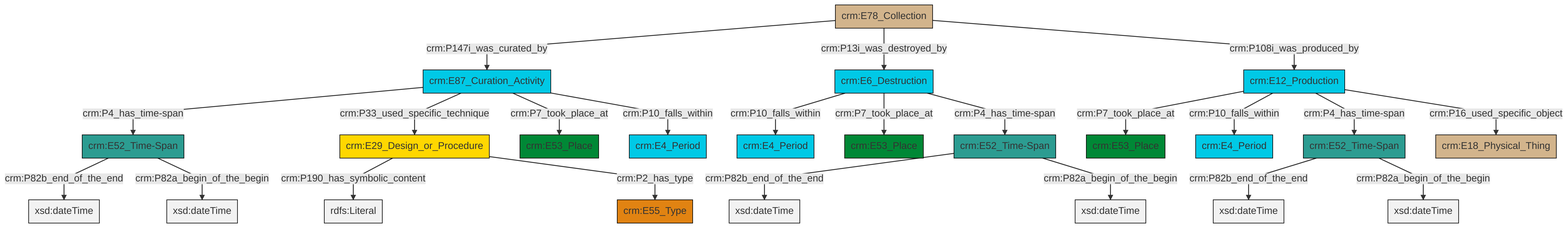
Before: et/archivalCSV/ttl/mmd/png/archival_existence.png, a diagram exported from Mermaid (swiss-art-research-net/docs.swissartresearch). Its source is kept beside it as et/archivalCSV/ttl/mmd/archival_existence.ttl.mmd.
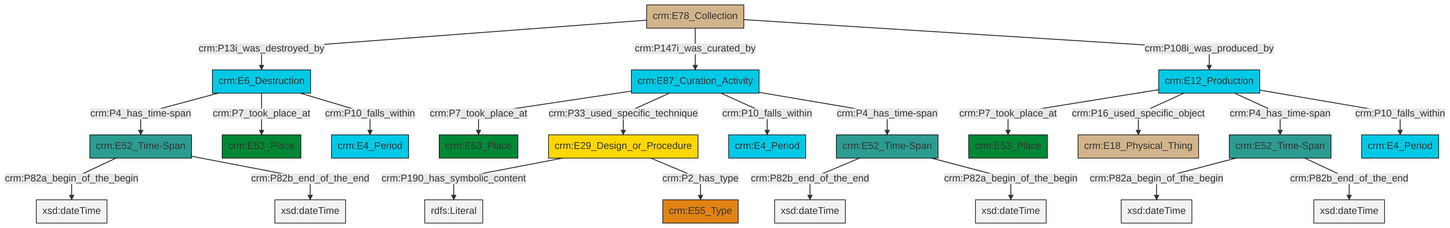
After the change.

Diff of the diagram source:
```diff
@@ -13,25 +13,25 @@
 classDef PC_Classes fill:#4ce600, stroke:#000000;
 classDef Multi fill:#cccccc,stroke:#000000;
 
-0["crm:E12_Production"]:::Temporal_Entity -->|crm:P7_took_place_at| 1["crm:E53_Place"]:::Place
-2["crm:E29_Design_or_Procedure"]:::Conceptual_Object -->|crm:P190_has_symbolic_content| 4[rdfs:Literal]:::Literal
-5["crm:E6_Destruction"]:::Temporal_Entity -->|crm:P10_falls_within| 7["crm:E4_Period"]:::Temporal_Entity
-14["crm:E78_Collection"]:::Physical_Thing -->|crm:P147i_was_curated_by| 15["crm:E87_Curation_Activity"]:::Temporal_Entity
-18["crm:E52_Time-Span"]:::Time-Span -->|crm:P82b_end_of_the_end| 19[xsd:dateTime]:::Literal
-0["crm:E12_Production"]:::Temporal_Entity -->|crm:P10_falls_within| 20["crm:E4_Period"]:::Temporal_Entity
-0["crm:E12_Production"]:::Temporal_Entity -->|crm:P4_has_time-span| 10["crm:E52_Time-Span"]:::Time-Span
-14["crm:E78_Collection"]:::Physical_Thing -->|crm:P13i_was_destroyed_by| 5["crm:E6_Destruction"]:::Temporal_Entity
-5["crm:E6_Destruction"]:::Temporal_Entity -->|crm:P7_took_place_at| 21["crm:E53_Place"]:::Place
-18["crm:E52_Time-Span"]:::Time-Span -->|crm:P82a_begin_of_the_begin| 22[xsd:dateTime]:::Literal
-5["crm:E6_Destruction"]:::Temporal_Entity -->|crm:P4_has_time-span| 8["crm:E52_Time-Span"]:::Time-Span
-8["crm:E52_Time-Span"]:::Time-Span -->|crm:P82b_end_of_the_end| 26[xsd:dateTime]:::Literal
-14["crm:E78_Collection"]:::Physical_Thing -->|crm:P108i_was_produced_by| 0["crm:E12_Production"]:::Temporal_Entity
-8["crm:E52_Time-Span"]:::Time-Span -->|crm:P82a_begin_of_the_begin| 30[xsd:dateTime]:::Literal
-10["crm:E52_Time-Span"]:::Time-Span -->|crm:P82b_end_of_the_end| 34[xsd:dateTime]:::Literal
-15["crm:E87_Curation_Activity"]:::Temporal_Entity -->|crm:P4_has_time-span| 18["crm:E52_Time-Span"]:::Time-Span
-15["crm:E87_Curation_Activity"]:::Temporal_Entity -->|crm:P33_used_specific_technique| 2["crm:E29_Design_or_Procedure"]:::Conceptual_Object
-15["crm:E87_Curation_Activity"]:::Temporal_Entity -->|crm:P7_took_place_at| 32["crm:E53_Place"]:::Place
-2["crm:E29_Design_or_Procedure"]:::Conceptual_Object -->|crm:P2_has_type| 27["crm:E55_Type"]:::Type
-10["crm:E52_Time-Span"]:::Time-Span -->|crm:P82a_begin_of_the_begin| 36[xsd:dateTime]:::Literal
-15["crm:E87_Curation_Activity"]:::Temporal_Entity -->|crm:P10_falls_within| 12["crm:E4_Period"]:::Temporal_Entity
-0["crm:E12_Production"]:::Temporal_Entity -->|crm:P16_used_specific_object| 23["crm:E18_Physical_Thing"]:::Physical_Thing
+0["crm:E29_Design_or_Procedure"]:::Conceptual_Object -->|crm:P190_has_symbolic_content| 1[rdfs:Literal]:::Literal
+2["crm:E12_Production"]:::Temporal_Entity -->|crm:P7_took_place_at| 4["crm:E53_Place"]:::Place
+9["crm:E52_Time-Span"]:::Time-Span -->|crm:P82a_begin_of_the_begin| 10[xsd:dateTime]:::Literal
+2["crm:E12_Production"]:::Temporal_Entity -->|crm:P16_used_specific_object| 11["crm:E18_Physical_Thing"]:::Physical_Thing
+12["crm:E87_Curation_Activity"]:::Temporal_Entity -->|crm:P7_took_place_at| 13["crm:E53_Place"]:::Place
+12["crm:E87_Curation_Activity"]:::Temporal_Entity -->|crm:P33_used_specific_technique| 0["crm:E29_Design_or_Procedure"]:::Conceptual_Object
+2["crm:E12_Production"]:::Temporal_Entity -->|crm:P4_has_time-span| 9["crm:E52_Time-Span"]:::Time-Span
+14["crm:E52_Time-Span"]:::Time-Span -->|crm:P82a_begin_of_the_begin| 15[xsd:dateTime]:::Literal
+7["crm:E6_Destruction"]:::Temporal_Entity -->|crm:P4_has_time-span| 14["crm:E52_Time-Span"]:::Time-Span
+12["crm:E87_Curation_Activity"]:::Temporal_Entity -->|crm:P10_falls_within| 18["crm:E4_Period"]:::Temporal_Entity
+14["crm:E52_Time-Span"]:::Time-Span -->|crm:P82b_end_of_the_end| 19[xsd:dateTime]:::Literal
+12["crm:E87_Curation_Activity"]:::Temporal_Entity -->|crm:P4_has_time-span| 24["crm:E52_Time-Span"]:::Time-Span
+7["crm:E6_Destruction"]:::Temporal_Entity -->|crm:P7_took_place_at| 29["crm:E53_Place"]:::Place
+9["crm:E52_Time-Span"]:::Time-Span -->|crm:P82b_end_of_the_end| 31[xsd:dateTime]:::Literal
+2["crm:E12_Production"]:::Temporal_Entity -->|crm:P10_falls_within| 5["crm:E4_Period"]:::Temporal_Entity
+24["crm:E52_Time-Span"]:::Time-Span -->|crm:P82b_end_of_the_end| 33[xsd:dateTime]:::Literal
+24["crm:E52_Time-Span"]:::Time-Span -->|crm:P82a_begin_of_the_begin| 34[xsd:dateTime]:::Literal
+7["crm:E6_Destruction"]:::Temporal_Entity -->|crm:P10_falls_within| 20["crm:E4_Period"]:::Temporal_Entity
+0["crm:E29_Design_or_Procedure"]:::Conceptual_Object -->|crm:P2_has_type| 26["crm:E55_Type"]:::Type
+16["crm:E78_Collection"]:::Physical_Thing -->|crm:P13i_was_destroyed_by| 7["crm:E6_Destruction"]:::Temporal_Entity
+16["crm:E78_Collection"]:::Physical_Thing -->|crm:P147i_was_curated_by| 12["crm:E87_Curation_Activity"]:::Temporal_Entity
+16["crm:E78_Collection"]:::Physical_Thing -->|crm:P108i_was_produced_by| 2["crm:E12_Production"]:::Temporal_Entity
```
